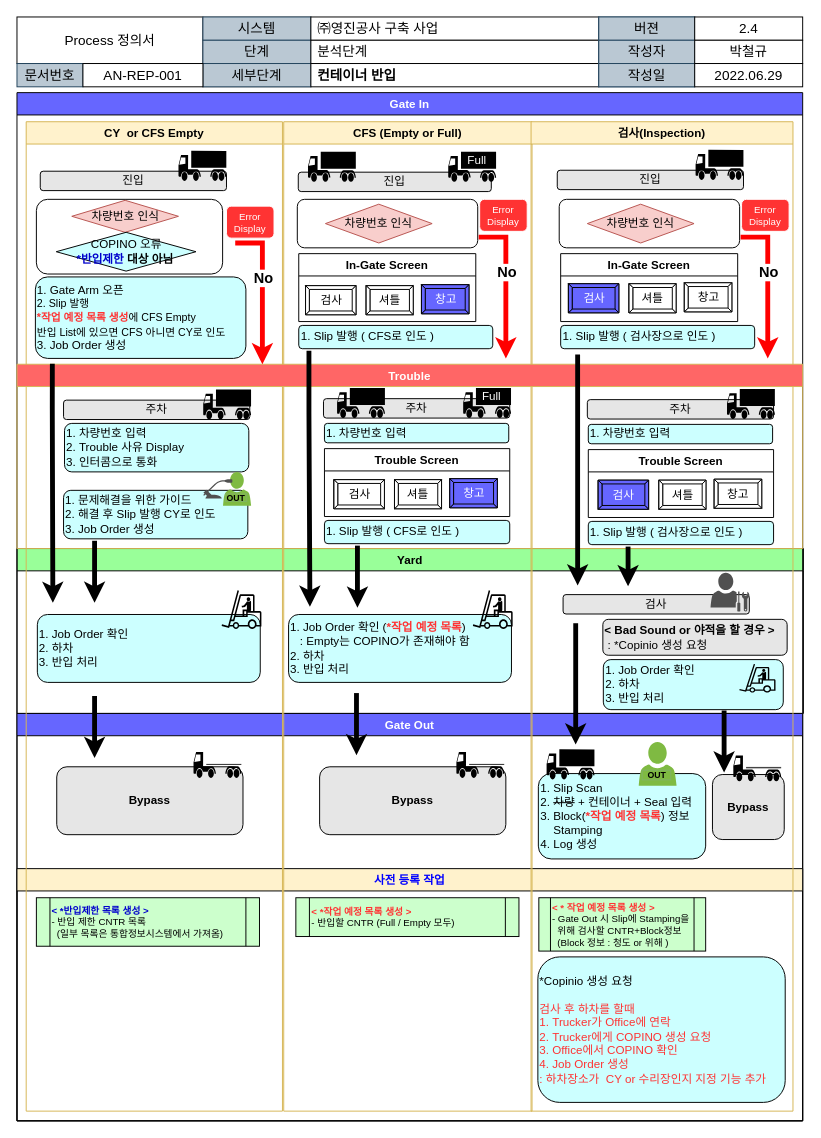
Before: page "Gate(반입)" (1 of 7) of 산출물/프로세스 명세서(v2.0).drawio in yabadadu/-, a draw.io diagram. Source tidied: cells renumbered, new cells numbered last; positions are measured from the earlier drawing's top-left corner, leaving out a move shared by most shapes. Both pictures are drawn from the tidied source at 97%, with x=0, y=0 at pixel (16, 16).
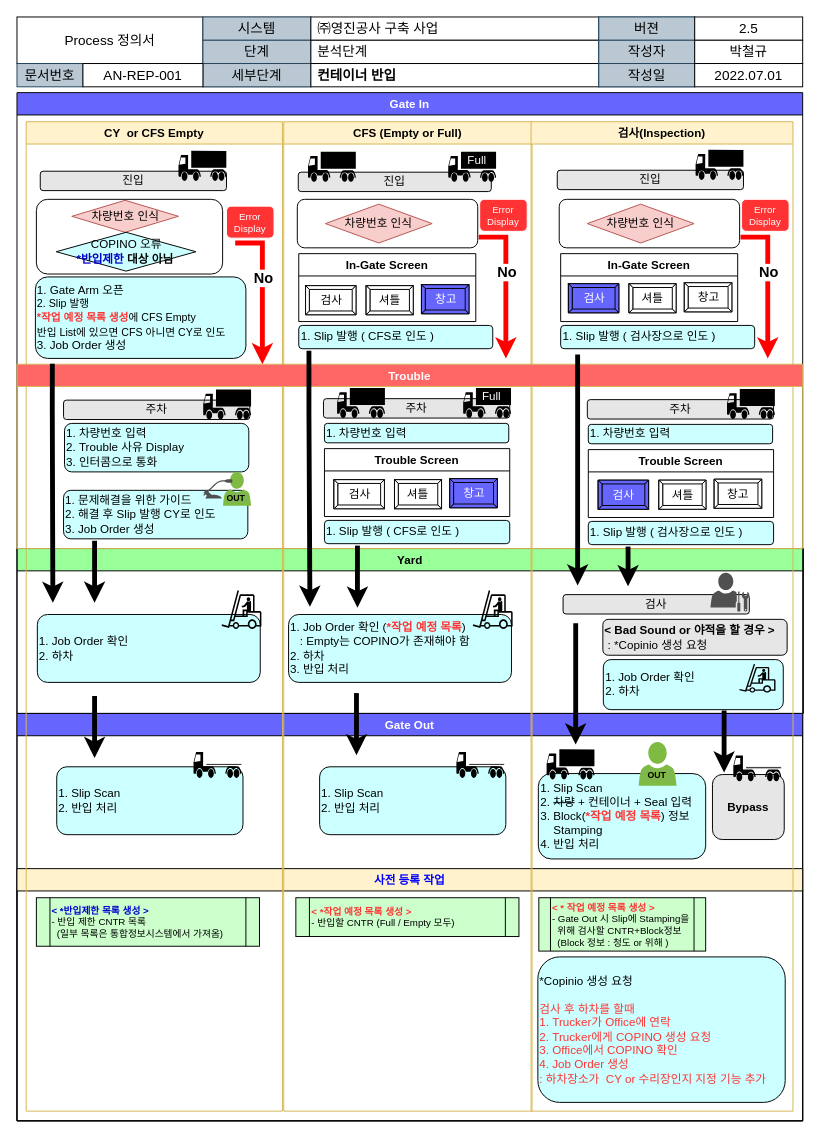
The same page after the edit.

Unchanged cells that the change refers to:
```xml
<mxCell id="6" style="group;" parent="2" vertex="1">
  <mxGeometry x="21" y="43" width="231" height="95" as="geometry" />
</mxCell>
<mxCell id="10" value="Gate Out" style="swimlane;fillColor=#6666FF;strokeColor=#000000;fontColor=#FFFFFF;startSize=23;" parent="9" vertex="1">
  <mxGeometry y="640" width="810" height="420" as="geometry" />
</mxCell>
<mxCell id="52" value="Trouble" style="swimlane;fillColor=#FF6666;strokeColor=#d6b656;fontColor=#FFFFFF;startSize=23;" parent="49" vertex="1">
  <mxGeometry x="-530" y="250" width="810" height="190" as="geometry" />
</mxCell>
<mxCell id="100" style="group;" parent="49" vertex="1">
  <mxGeometry x="30" y="530" width="240" height="81" as="geometry" />
</mxCell>
<mxCell id="123" style="group;" parent="109" vertex="1">
  <mxGeometry x="698.7" width="111.3" height="72" as="geometry" />
</mxCell>
```

What changed in the source:
```diff
@@
-    <mxCell id="7" value="1. Job Order 확인&amp;nbsp;&lt;br&gt;2. 하차&lt;br&gt;3. 반입 처리" style="rounded=1;whiteSpace=wrap;html=1;align=left;fillColor=#CCFFFF;" parent="6" vertex="1">
+    <mxCell id="7" value="1. Job Order 확인&amp;nbsp;&lt;br&gt;2. 하차" style="rounded=1;whiteSpace=wrap;html=1;align=left;fillColor=#CCFFFF;" parent="6" vertex="1">
       <mxGeometry y="25" width="229.8" height="70" as="geometry" />
     </mxCell>
@@
-    <mxCell id="12" value="1. Slip Scan&amp;nbsp;&lt;br&gt;2. &lt;strike&gt;차량&lt;/strike&gt; + 컨테이너 + Seal 입력&lt;br&gt;3. Block(&lt;b style=&quot;color: rgb(255, 51, 51);&quot;&gt;*작업 예정 목록&lt;/b&gt;) 정보&lt;br&gt;&amp;nbsp; &amp;nbsp; Stamping&lt;br&gt;4. Log 생성" style="rounded=1;whiteSpace=wrap;html=1;align=left;fillColor=#CCFFFF;" parent="10" vertex="1">
+    <mxCell id="12" value="1. Slip Scan&amp;nbsp;&lt;br&gt;2. &lt;strike&gt;차량&lt;/strike&gt; + 컨테이너 + Seal 입력&lt;br&gt;3. Block(&lt;b style=&quot;color: rgb(255, 51, 51);&quot;&gt;*작업 예정 목록&lt;/b&gt;) 정보&lt;br&gt;&amp;nbsp; &amp;nbsp; Stamping&lt;br&gt;4.&amp;nbsp;반입 처리" style="rounded=1;whiteSpace=wrap;html=1;align=left;fillColor=#CCFFFF;" parent="10" vertex="1">
       <mxGeometry x="537.5" y="62" width="172.5" height="88" as="geometry" />
     </mxCell>
@@
-    <mxCell id="16" value="&lt;b&gt;Bypass&lt;/b&gt;&lt;br&gt;&lt;div style=&quot;&quot;&gt;&lt;/div&gt;" style="rounded=1;whiteSpace=wrap;html=1;align=center;fillColor=#E6E6E6;" parent="10" vertex="1">
+    <mxCell id="16" value="1. Slip Scan&lt;br&gt;2.&amp;nbsp;반입 처리&lt;br&gt;&lt;div style=&quot;&quot;&gt;&lt;/div&gt;" style="rounded=1;whiteSpace=wrap;html=1;align=left;fillColor=#CCFFFF;" parent="10" vertex="1">
       <mxGeometry x="41" y="55" width="192" height="70" as="geometry" />
     </mxCell>
@@
-    <mxCell id="74" value="&lt;b&gt;Bypass&lt;/b&gt;&lt;br&gt;&lt;div style=&quot;&quot;&gt;&lt;/div&gt;" style="rounded=1;whiteSpace=wrap;html=1;align=center;fillColor=#E6E6E6;" parent="52" vertex="1">
+    <mxCell id="74" value="&lt;span style=&quot;&quot;&gt;1. Slip Scan&lt;/span&gt;&lt;br style=&quot;&quot;&gt;&lt;span style=&quot;&quot;&gt;2.&amp;nbsp;반입 처리&lt;/span&gt;&lt;br&gt;&lt;div style=&quot;&quot;&gt;&lt;/div&gt;" style="rounded=1;whiteSpace=wrap;html=1;align=left;fillColor=#CCFFFF;" parent="52" vertex="1">
       <mxGeometry x="312" y="415" width="192" height="70" as="geometry" />
     </mxCell>
@@
-    <mxCell id="101" value="1. Job Order 확인&amp;nbsp;&lt;br&gt;2. 하차&lt;br&gt;3. 반입 처리" style="rounded=1;whiteSpace=wrap;html=1;align=left;fillColor=#CCFFFF;" parent="100" vertex="1">
+    <mxCell id="101" value="1. Job Order 확인&amp;nbsp;&lt;br&gt;2. 하차" style="rounded=1;whiteSpace=wrap;html=1;align=left;fillColor=#CCFFFF;" parent="100" vertex="1">
       <mxGeometry x="44.5" y="24.5" width="185.5" height="51.6" as="geometry" />
     </mxCell>
@@
-    <mxCell id="124" value="2.4" style="rounded=0;whiteSpace=wrap;html=1;fontSize=14;" parent="123" vertex="1">
+    <mxCell id="124" value="2.5" style="rounded=0;whiteSpace=wrap;html=1;fontSize=14;" parent="123" vertex="1">
       <mxGeometry width="111.3" height="24" as="geometry" />
     </mxCell>
@@
-    <mxCell id="127" value="2022.06.29" style="rounded=0;whiteSpace=wrap;html=1;fontSize=14;" parent="123" vertex="1">
+    <mxCell id="127" value="2022.07.01" style="rounded=0;whiteSpace=wrap;html=1;fontSize=14;" parent="123" vertex="1">
       <mxGeometry y="48" width="111.3" height="24" as="geometry" />
     </mxCell>
```
